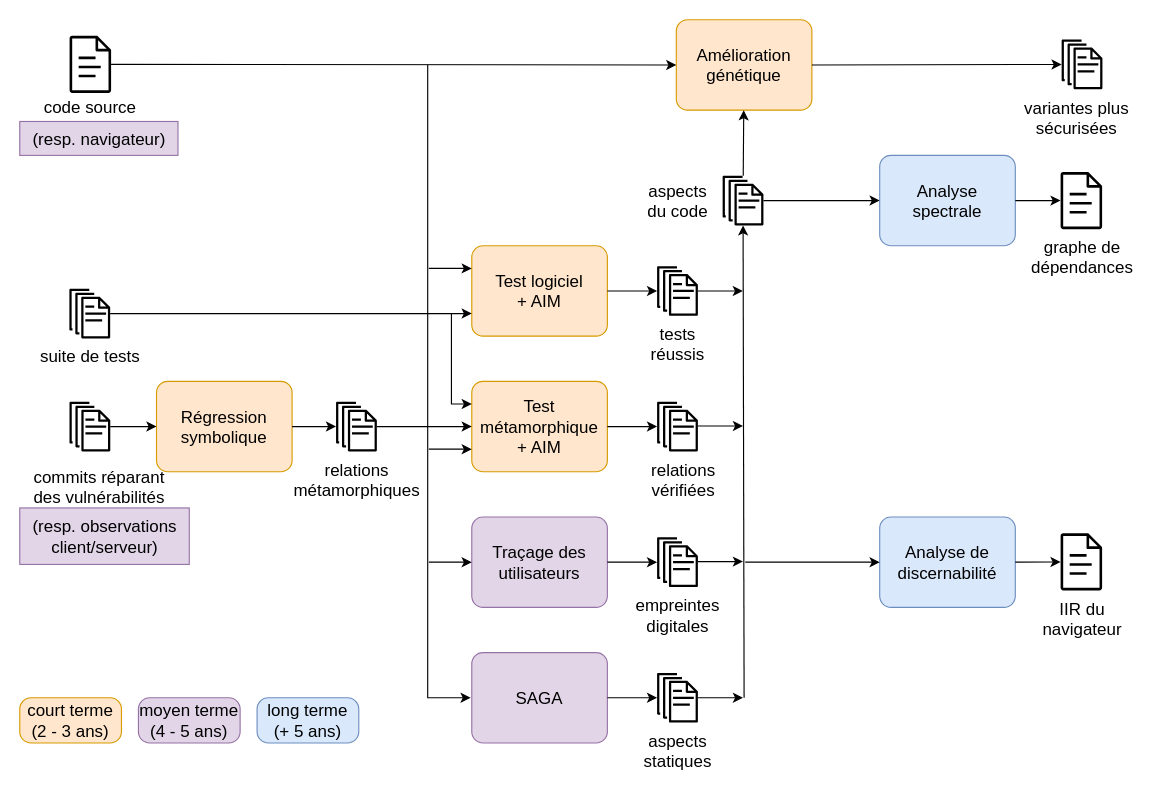
Above: researchProject2025.drawio in yoann-marquer/Diagrams (draw.io), before the change. Source tidied: cells renumbered, new cells numbered last; positions are measured from the earlier drawing's top-left corner, leaving out a move shared by most shapes. Both pictures are drawn from the tidied source at 113%, with x=0, y=0 at pixel (19, 19).
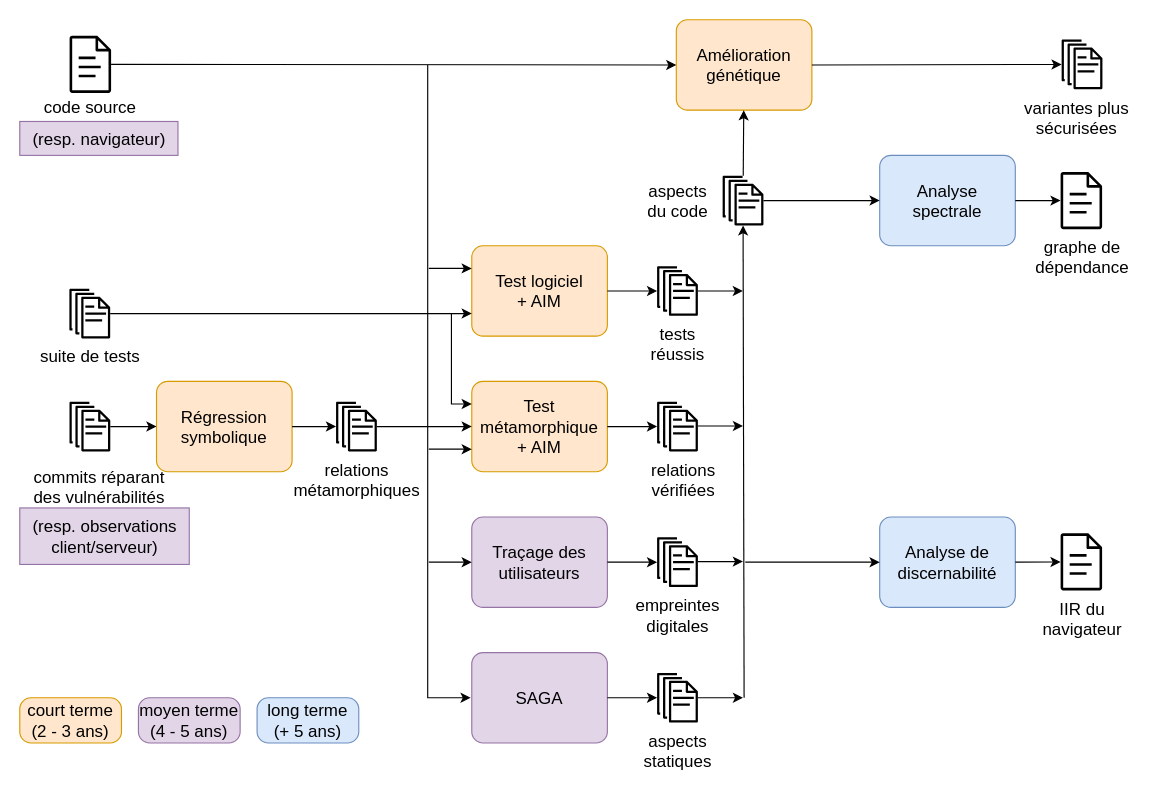
The same diagram, later.

The edit, as a diff of the source:
```diff
@@
-    <mxCell id="50" value="&lt;div&gt;graphe de&lt;/div&gt;&lt;div&gt;dépendances&lt;/div&gt;" style="text;html=1;align=center;verticalAlign=middle;strokeColor=none;fillColor=none;fontSize=15;" parent="1" vertex="1">
+    <mxCell id="50" value="&lt;div&gt;graphe de&lt;/div&gt;&lt;div&gt;dépendance&lt;/div&gt;" style="text;html=1;align=center;verticalAlign=middle;strokeColor=none;fillColor=none;fontSize=15;" parent="1" vertex="1">
       <mxGeometry x="884.5" y="185.2" width="110" height="50" as="geometry" />
     </mxCell>
```
